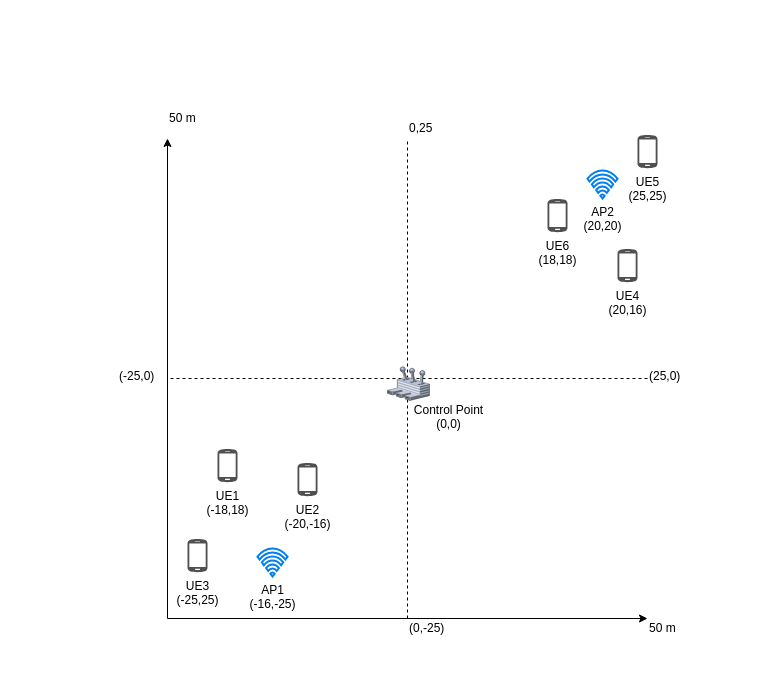
Kirkirillka/GPS_Tracker keeps this draw.io diagram as page "Expt4-Near-Optimal" (6 of 7) of docs/experiment/sections/images/05-cases-description.drawio. Above is the earlier version. Source tidied: cells renumbered, new cells numbered last; positions are measured from the earlier drawing's top-left corner, leaving out a move shared by most shapes. Both pictures are drawn from the tidied source at 100%, with x=0, y=0 at pixel (117, 108).
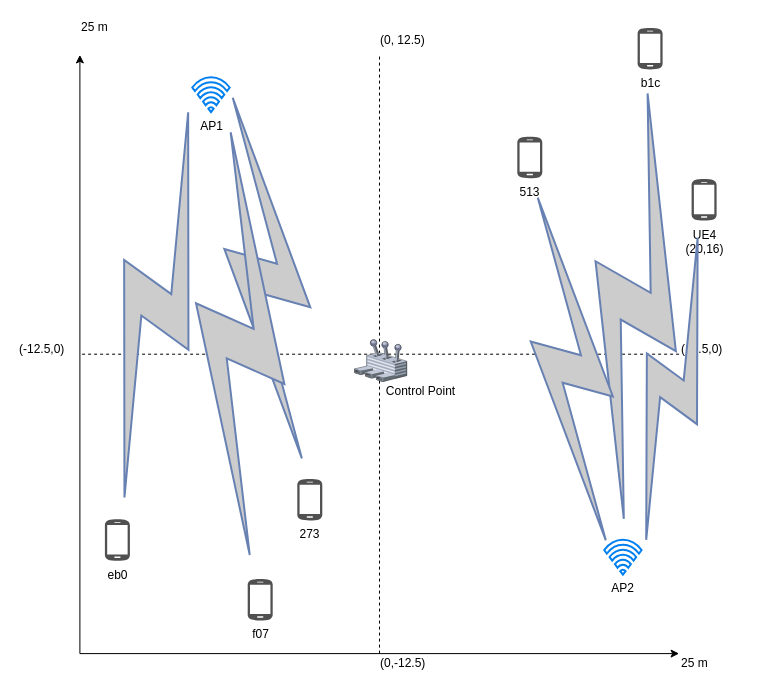
Above is the later version.

Diff of the diagram source:
```diff
@@
-    <mxCell id="2" style="endArrow=classic;html=1;" parent="1" edge="1">
-      <mxGeometry relative="1" as="geometry">
-        <mxPoint x="50" y="510" as="sourcePoint" />
-        <mxPoint x="50" y="30" as="targetPoint" />
-      </mxGeometry>
-    </mxCell>
-    <mxCell id="3" style="endArrow=classic;html=1;" parent="1" edge="1">
-      <mxGeometry relative="1" as="geometry">
-        <mxPoint x="50" y="510" as="sourcePoint" />
-        <mxPoint x="530" y="510" as="targetPoint" />
-      </mxGeometry>
-    </mxCell>
-    <mxCell id="4" style="endArrow=none;html=1;dashed=1;" parent="1" edge="1">
-      <mxGeometry relative="1" as="geometry">
-        <mxPoint x="290" y="510" as="sourcePoint" />
-        <mxPoint x="290" y="30" as="targetPoint" />
-      </mxGeometry>
-    </mxCell>
-    <mxCell id="5" style="endArrow=none;html=1;dashed=1;" parent="1" edge="1">
-      <mxGeometry relative="1" as="geometry">
-        <mxPoint x="530" y="270" as="sourcePoint" />
-        <mxPoint x="50" y="270" as="targetPoint" />
-      </mxGeometry>
-    </mxCell>
-    <mxCell id="6" value="UE6&lt;br&gt;(18,18)&lt;br&gt;" style="shadow=0;dashed=0;html=1;strokeColor=none;fillColor=#505050;labelPosition=center;verticalLabelPosition=bottom;verticalAlign=top;align=center;shape=mxgraph.office.devices.cell_phone_android_standalone;" parent="1" vertex="1">
-      <mxGeometry x="430" y="90" width="20" height="34" as="geometry" />
-    </mxCell>
-    <mxCell id="7" value="Control Point&lt;br&gt;(0,0)" style="text;html=1;align=center;verticalAlign=top;spacingTop=-4;" parent="1" vertex="1">
-      <mxGeometry x="291" y="292" width="80" height="30" as="geometry" />
-    </mxCell>
-    <mxCell id="8" value="UE5&lt;br&gt;(25,25)&lt;br&gt;" style="shadow=0;dashed=0;html=1;strokeColor=none;fillColor=#505050;labelPosition=center;verticalLabelPosition=bottom;verticalAlign=top;align=center;shape=mxgraph.office.devices.cell_phone_android_standalone;" parent="1" vertex="1">
-      <mxGeometry x="520" y="26" width="20" height="34" as="geometry" />
-    </mxCell>
+    <mxCell id="22" style="group;" parent="1" vertex="1">
+      <mxGeometry x="-100" y="-91" width="724" height="661" as="geometry" />
+    </mxCell>
+    <mxCell id="23" style="endArrow=classic;html=1;" parent="22" edge="1">
+      <mxGeometry relative="1" as="geometry">
+        <mxPoint x="62.4" y="636.1" as="sourcePoint" />
+        <mxPoint x="62.4" y="37.4" as="targetPoint" />
+      </mxGeometry>
+    </mxCell>
+    <mxCell id="24" style="endArrow=classic;html=1;" parent="22" edge="1">
+      <mxGeometry relative="1" as="geometry">
+        <mxPoint x="62.4" y="636.1" as="sourcePoint" />
+        <mxPoint x="661.6" y="636.1" as="targetPoint" />
+      </mxGeometry>
+    </mxCell>
+    <mxCell id="25" style="endArrow=none;html=1;dashed=1;" parent="22" edge="1">
+      <mxGeometry relative="1" as="geometry">
+        <mxPoint x="362" y="636.1" as="sourcePoint" />
+        <mxPoint x="362" y="37.4" as="targetPoint" />
+      </mxGeometry>
+    </mxCell>
+    <mxCell id="26" style="endArrow=none;html=1;dashed=1;" parent="22" edge="1">
+      <mxGeometry relative="1" as="geometry">
+        <mxPoint x="661.6" y="336.7" as="sourcePoint" />
+        <mxPoint x="62.4" y="336.7" as="targetPoint" />
+      </mxGeometry>
+    </mxCell>
+    <mxCell id="27" value="513&lt;br&gt;" style="shadow=0;dashed=0;html=1;strokeColor=none;fillColor=#505050;labelPosition=center;verticalLabelPosition=bottom;verticalAlign=top;outlineConnect=0;align=center;shape=mxgraph.office.devices.cell_phone_android_standalone;" parent="22" vertex="1">
+      <mxGeometry x="499.8" y="118.7" width="25" height="42.4" as="geometry" />
+    </mxCell>
+    <mxCell id="28" value="Control Point&lt;br&gt;" style="text;html=1;align=center;verticalAlign=top;spacingTop=-4;" parent="22" vertex="1">
+      <mxGeometry x="363.2" y="364.2" width="80" height="20" as="geometry" />
+    </mxCell>
+    <mxCell id="29" value="b1c&lt;br&gt;" style="shadow=0;dashed=0;html=1;strokeColor=none;fillColor=#505050;labelPosition=center;verticalLabelPosition=bottom;verticalAlign=top;outlineConnect=0;align=center;shape=mxgraph.office.devices.cell_phone_android_standalone;" parent="22" vertex="1">
+      <mxGeometry x="620.1" y="9.9" width="25" height="42.4" as="geometry" />
+    </mxCell>
-    <mxCell id="9" value="UE4&lt;br&gt;(20,16)&lt;br&gt;" style="shadow=0;dashed=0;html=1;strokeColor=none;fillColor=#505050;labelPosition=center;verticalLabelPosition=bottom;verticalAlign=top;outlineConnect=0;align=center;shape=mxgraph.office.devices.cell_phone_android_standalone;" parent="1" vertex="1">
-      <mxGeometry x="500" y="140" width="20" height="34" as="geometry" />
+    <mxCell id="9" value="UE4&lt;br&gt;(20,16)&lt;br&gt;" style="shadow=0;dashed=0;html=1;strokeColor=none;fillColor=#505050;labelPosition=center;verticalLabelPosition=bottom;verticalAlign=top;outlineConnect=0;align=center;shape=mxgraph.office.devices.cell_phone_android_standalone;" parent="22" vertex="1">
+      <mxGeometry x="674.1" y="161.1" width="25" height="42.4" as="geometry" />
     </mxCell>
-    <mxCell id="10" value="UE1&lt;br&gt;(-18,18)&lt;br&gt;" style="shadow=0;dashed=0;html=1;strokeColor=none;fillColor=#505050;labelPosition=center;verticalLabelPosition=bottom;verticalAlign=top;align=center;shape=mxgraph.office.devices.cell_phone_android_standalone;" parent="1" vertex="1">
-      <mxGeometry x="100" y="340" width="20" height="34" as="geometry" />
-    </mxCell>
-    <mxCell id="11" value="UE2&lt;br&gt;(-20,-16)&lt;br&gt;" style="shadow=0;dashed=0;html=1;strokeColor=none;fillColor=#505050;labelPosition=center;verticalLabelPosition=bottom;verticalAlign=top;align=center;shape=mxgraph.office.devices.cell_phone_android_standalone;" parent="1" vertex="1">
-      <mxGeometry x="180" y="354" width="20" height="34" as="geometry" />
-    </mxCell>
-    <mxCell id="12" value="UE3&lt;br&gt;(-25,25)" style="shadow=0;dashed=0;html=1;strokeColor=none;fillColor=#505050;labelPosition=center;verticalLabelPosition=bottom;verticalAlign=top;align=center;shape=mxgraph.office.devices.cell_phone_android_standalone;" parent="1" vertex="1">
-      <mxGeometry x="70" y="430" width="20" height="34" as="geometry" />
-    </mxCell>
-    <mxCell id="13" value="AP1&lt;br&gt;(-16,-25)&lt;br&gt;" style="html=1;verticalLabelPosition=bottom;align=center;labelBackgroundColor=#ffffff;verticalAlign=top;strokeWidth=2;strokeColor=#0080F0;fillColor=#ffffff;shadow=0;dashed=0;shape=mxgraph.ios7.icons.wifi;" parent="1" vertex="1">
-      <mxGeometry x="140" y="440" width="30" height="28" as="geometry" />
-    </mxCell>
-    <mxCell id="14" style="verticalLabelPosition=bottom;html=1;verticalAlign=top;strokeColor=none;align=center;shape=mxgraph.citrix.user_control;" parent="1" vertex="1">
-      <mxGeometry x="270" y="258" width="42" height="34" as="geometry" />
-    </mxCell>
-    <mxCell id="15" value="AP2&lt;br&gt;(20,20)&lt;br&gt;" style="html=1;verticalLabelPosition=bottom;align=center;labelBackgroundColor=#ffffff;verticalAlign=top;strokeWidth=2;strokeColor=#0080F0;fillColor=#ffffff;shadow=0;dashed=0;shape=mxgraph.ios7.icons.wifi;" parent="1" vertex="1">
-      <mxGeometry x="470" y="62" width="30" height="28" as="geometry" />
-    </mxCell>
-    <mxCell id="16" value="50 m&amp;nbsp;" style="text;html=1;align=left;verticalAlign=top;spacingTop=-4;" parent="1" vertex="1">
-      <mxGeometry x="530" y="510" width="50" height="20" as="geometry" />
-    </mxCell>
-    <mxCell id="17" value="50 m" style="text;html=1;align=left;verticalAlign=top;spacingTop=-4;" parent="1" vertex="1">
-      <mxGeometry x="50" width="40" height="20" as="geometry" />
-    </mxCell>
-    <mxCell id="18" value="(25,0)" style="text;html=1;align=left;verticalAlign=top;spacingTop=-4;" parent="1" vertex="1">
-      <mxGeometry x="530" y="258" width="50" height="20" as="geometry" />
-    </mxCell>
-    <mxCell id="19" value="(0,-25)" style="text;html=1;align=left;verticalAlign=top;spacingTop=-4;" parent="1" vertex="1">
-      <mxGeometry x="289.5" y="510" width="50" height="20" as="geometry" />
-    </mxCell>
-    <mxCell id="20" value="(-25,0)" style="text;html=1;align=left;verticalAlign=top;spacingTop=-4;" parent="1" vertex="1">
-      <mxGeometry y="258" width="50" height="20" as="geometry" />
-    </mxCell>
-    <mxCell id="21" value="0,25" style="text;html=1;align=left;verticalAlign=top;spacingTop=-4;" parent="1" vertex="1">
-      <mxGeometry x="289.5" y="10" width="40" height="20" as="geometry" />
-    </mxCell>
+    <mxCell id="30" value="273&lt;br&gt;" style="shadow=0;dashed=0;html=1;strokeColor=none;fillColor=#505050;labelPosition=center;verticalLabelPosition=bottom;verticalAlign=top;outlineConnect=0;align=center;shape=mxgraph.office.devices.cell_phone_android_standalone;" parent="22" vertex="1">
+      <mxGeometry x="279.8" y="461" width="25" height="42.4" as="geometry" />
+    </mxCell>
+    <mxCell id="31" value="f07&lt;br&gt;" style="shadow=0;dashed=0;html=1;strokeColor=none;fillColor=#505050;labelPosition=center;verticalLabelPosition=bottom;verticalAlign=top;outlineConnect=0;align=center;shape=mxgraph.office.devices.cell_phone_android_standalone;" parent="22" vertex="1">
+      <mxGeometry x="230.2" y="561" width="25" height="42.4" as="geometry" />
+    </mxCell>
+    <mxCell id="32" value="eb0&lt;br&gt;" style="shadow=0;dashed=0;html=1;strokeColor=none;fillColor=#505050;labelPosition=center;verticalLabelPosition=bottom;verticalAlign=top;outlineConnect=0;align=center;shape=mxgraph.office.devices.cell_phone_android_standalone;" parent="22" vertex="1">
+      <mxGeometry x="87.4" y="501.3" width="25" height="42.4" as="geometry" />
+    </mxCell>
+    <mxCell id="33" value="AP1&lt;br&gt;" style="html=1;verticalLabelPosition=bottom;align=center;labelBackgroundColor=#ffffff;verticalAlign=top;strokeWidth=2;strokeColor=#0080F0;fillColor=#ffffff;shadow=0;dashed=0;shape=mxgraph.ios7.icons.wifi;" parent="22" vertex="1">
+      <mxGeometry x="174.8" y="59.8" width="37.4" height="34.9" as="geometry" />
+    </mxCell>
+    <mxCell id="34" style="verticalLabelPosition=bottom;html=1;verticalAlign=top;strokeColor=none;align=center;shape=mxgraph.citrix.user_control;" parent="22" vertex="1">
+      <mxGeometry x="337" y="321.8" width="52.4" height="42.4" as="geometry" />
+    </mxCell>
+    <mxCell id="35" value="AP2&lt;br&gt;" style="html=1;verticalLabelPosition=bottom;align=center;labelBackgroundColor=#ffffff;verticalAlign=top;strokeWidth=2;strokeColor=#0080F0;fillColor=#ffffff;shadow=0;dashed=0;shape=mxgraph.ios7.icons.wifi;" parent="22" vertex="1">
+      <mxGeometry x="586.7" y="522.3" width="37.4" height="34.9" as="geometry" />
+    </mxCell>
+    <mxCell id="36" value="25 m&amp;nbsp;" style="text;html=1;align=left;verticalAlign=top;spacingTop=-4;" parent="22" vertex="1">
+      <mxGeometry x="661.6" y="636.1" width="50" height="20" as="geometry" />
+    </mxCell>
+    <mxCell id="37" value="25 m" style="text;html=1;align=left;verticalAlign=top;spacingTop=-4;" parent="22" vertex="1">
+      <mxGeometry x="62.4" width="40" height="20" as="geometry" />
+    </mxCell>
+    <mxCell id="38" value="(12.5,0)" style="text;html=1;align=left;verticalAlign=top;spacingTop=-4;" parent="22" vertex="1">
+      <mxGeometry x="661.6" y="321.8" width="60" height="20" as="geometry" />
+    </mxCell>
+    <mxCell id="39" value="(0,-12.5)" style="text;html=1;align=left;verticalAlign=top;spacingTop=-4;" parent="22" vertex="1">
+      <mxGeometry x="361.4" y="636.1" width="60" height="20" as="geometry" />
+    </mxCell>
+    <mxCell id="40" value="(-12.5,0)" style="text;html=1;align=left;verticalAlign=top;spacingTop=-4;" parent="22" vertex="1">
+      <mxGeometry y="321.8" width="60" height="20" as="geometry" />
+    </mxCell>
+    <mxCell id="41" value="(0, 12.5)" style="text;html=1;align=left;verticalAlign=top;spacingTop=-4;" parent="22" vertex="1">
+      <mxGeometry x="361.4" y="12.5" width="60" height="20" as="geometry" />
+    </mxCell>
+    <mxCell id="42" style="html=1;outlineConnect=0;fillColor=#CCCCCC;strokeColor=#6881B3;gradientColor=none;gradientDirection=north;strokeWidth=2;shape=mxgraph.networks.comm_link_edge;html=1;entryX=-0.016;entryY=0.388;entryDx=0;entryDy=0;entryPerimeter=0;" parent="22" edge="1" source="32" target="33">
+      <mxGeometry relative="1" as="geometry" />
+    </mxCell>
+    <mxCell id="43" style="html=1;outlineConnect=0;fillColor=#CCCCCC;strokeColor=#6881B3;gradientColor=none;gradientDirection=north;strokeWidth=2;shape=mxgraph.networks.comm_link_edge;html=1;entryX=0.979;entryY=0.013;entryDx=0;entryDy=0;entryPerimeter=0;" parent="22" edge="1" source="30" target="33">
+      <mxGeometry relative="1" as="geometry" />
+    </mxCell>
+    <mxCell id="44" style="html=1;outlineConnect=0;fillColor=#CCCCCC;strokeColor=#6881B3;gradientColor=none;gradientDirection=north;strokeWidth=2;shape=mxgraph.networks.comm_link_edge;html=1;entryX=0.997;entryY=0.902;entryDx=0;entryDy=0;entryPerimeter=0;" parent="22" edge="1" source="31" target="33">
+      <mxGeometry relative="1" as="geometry">
+        <Array as="points">
+          <mxPoint x="220" y="531" />
+        </Array>
+      </mxGeometry>
+    </mxCell>
+    <mxCell id="45" style="html=1;outlineConnect=0;fillColor=#CCCCCC;strokeColor=#6881B3;gradientColor=none;gradientDirection=north;strokeWidth=2;shape=mxgraph.networks.comm_link_edge;html=1;entryX=1.047;entryY=0.483;entryDx=0;entryDy=0;entryPerimeter=0;" parent="22" edge="1" source="9" target="35">
+      <mxGeometry relative="1" as="geometry" />
+    </mxCell>
+    <mxCell id="46" style="html=1;outlineConnect=0;fillColor=#CCCCCC;strokeColor=#6881B3;gradientColor=none;gradientDirection=north;strokeWidth=2;shape=mxgraph.networks.comm_link_edge;html=1;exitX=0.489;exitY=0.077;exitDx=0;exitDy=0;exitPerimeter=0;" parent="22" edge="1" source="35" target="29">
+      <mxGeometry relative="1" as="geometry" />
+    </mxCell>
+    <mxCell id="47" style="html=1;outlineConnect=0;fillColor=#CCCCCC;strokeColor=#6881B3;gradientColor=none;gradientDirection=north;strokeWidth=2;shape=mxgraph.networks.comm_link_edge;html=1;entryX=0.145;entryY=0.562;entryDx=0;entryDy=0;entryPerimeter=0;" parent="22" edge="1" source="27" target="35">
+      <mxGeometry relative="1" as="geometry" />
+    </mxCell>
```
